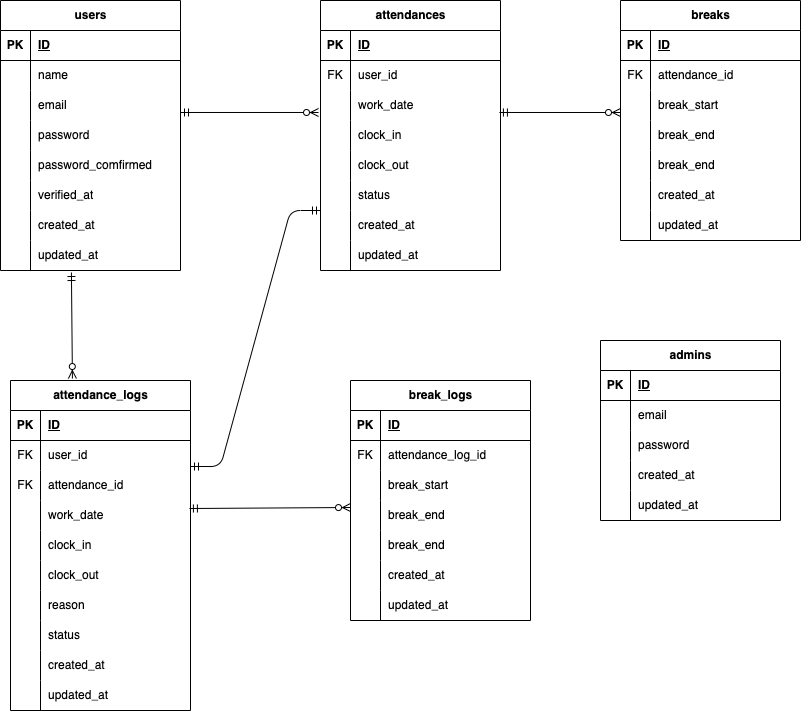
Before: attendance-management.drawio.png, a diagram exported from draw.io (O-Yukine/Mock-Project-Attendance-Management). Source tidied: cells renumbered, new cells last; positions are measured from the earlier drawing's top-left corner, leaving out a move shared by most shapes.
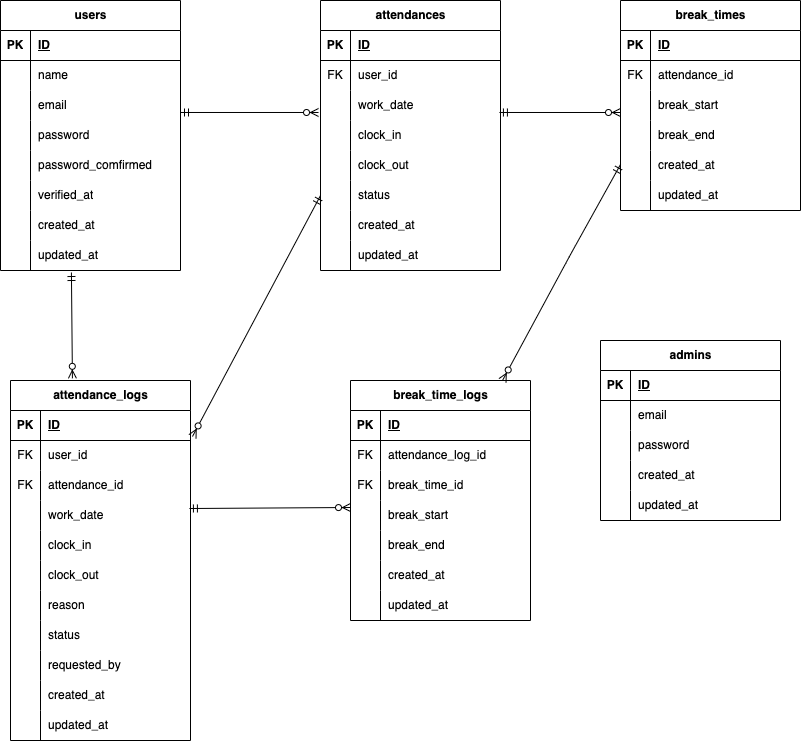
The same diagram one commit later.

What changed in the source:
```diff
@@ -201,7 +201,7 @@
       <mxGeometry x="30" width="150" height="30" as="geometry" />
     </mxCell>
     <mxCell id="68" value="attendance_logs" style="shape=table;startSize=30;rowLines=0;fontStyle=1;align=center;html=1;" parent="1" vertex="1">
-      <mxGeometry x="10" y="380" width="180" height="330" as="geometry" />
+      <mxGeometry x="10" y="380" width="180" height="360" as="geometry" />
     </mxCell>
     <mxCell id="69" style="shape=tableRow;horizontal=0;startSize=0;swimlaneHead=0;swimlaneBody=0;fillColor=none;top=0;left=0;right=0;bottom=1;" parent="68" vertex="1">
       <mxGeometry y="30" width="180" height="30" as="geometry" />
@@ -275,8 +275,17 @@
     <mxCell id="92" value="status" style="shape=partialRectangle;fillColor=none;top=0;left=0;bottom=0;right=0;align=left;spacingLeft=6;overflow=hidden;whiteSpace=wrap;html=1;" parent="90" vertex="1">
       <mxGeometry x="30" width="150" height="30" as="geometry" />
     </mxCell>
+    <mxCell id="148" style="shape=tableRow;horizontal=0;startSize=0;swimlaneHead=0;swimlaneBody=0;fillColor=none;top=0;left=0;right=0;bottom=0;" parent="68" vertex="1">
+      <mxGeometry y="270" width="180" height="30" as="geometry" />
+    </mxCell>
+    <mxCell id="113" style="shape=partialRectangle;fillColor=none;top=0;left=0;bottom=0;right=0;overflow=hidden;whiteSpace=wrap;html=1;" parent="148" vertex="1">
+      <mxGeometry width="30" height="30" as="geometry" />
+    </mxCell>
+    <mxCell id="149" value="requested_by" style="shape=partialRectangle;fillColor=none;top=0;left=0;bottom=0;right=0;align=left;spacingLeft=6;overflow=hidden;whiteSpace=wrap;html=1;" parent="148" vertex="1">
+      <mxGeometry x="30" width="150" height="30" as="geometry" />
+    </mxCell>
     <mxCell id="93" style="shape=tableRow;horizontal=0;startSize=0;swimlaneHead=0;swimlaneBody=0;fillColor=none;top=0;left=0;right=0;bottom=0;" parent="68" vertex="1">
-      <mxGeometry y="270" width="180" height="30" as="geometry" />
+      <mxGeometry y="300" width="180" height="30" as="geometry" />
     </mxCell>
     <mxCell id="94" style="shape=partialRectangle;fillColor=none;top=0;left=0;bottom=0;right=0;overflow=hidden;whiteSpace=wrap;html=1;" parent="93" vertex="1">
       <mxGeometry width="30" height="30" as="geometry" />
@@ -285,7 +294,7 @@
       <mxGeometry x="30" width="150" height="30" as="geometry" />
     </mxCell>
     <mxCell id="96" style="shape=tableRow;horizontal=0;startSize=0;swimlaneHead=0;swimlaneBody=0;fillColor=none;top=0;left=0;right=0;bottom=0;" parent="68" vertex="1">
-      <mxGeometry y="300" width="180" height="30" as="geometry" />
+      <mxGeometry y="330" width="180" height="30" as="geometry" />
     </mxCell>
     <mxCell id="97" style="shape=partialRectangle;fillColor=none;top=0;left=0;bottom=0;right=0;overflow=hidden;whiteSpace=wrap;html=1;" parent="96" vertex="1">
       <mxGeometry width="30" height="30" as="geometry" />
@@ -293,8 +302,8 @@
     <mxCell id="98" value="updated_at" style="shape=partialRectangle;fillColor=none;top=0;left=0;bottom=0;right=0;align=left;spacingLeft=6;overflow=hidden;whiteSpace=wrap;html=1;" parent="96" vertex="1">
       <mxGeometry x="30" width="150" height="30" as="geometry" />
     </mxCell>
-    <mxCell id="99" value="breaks" style="shape=table;startSize=30;rowLines=0;fontStyle=1;align=center;html=1;" parent="1" vertex="1">
-      <mxGeometry x="620" width="180" height="240" as="geometry" />
+    <mxCell id="99" value="break_times" style="shape=table;startSize=30;rowLines=0;fontStyle=1;align=center;html=1;" parent="1" vertex="1">
+      <mxGeometry x="620" width="180" height="210" as="geometry" />
     </mxCell>
     <mxCell id="100" style="shape=tableRow;horizontal=0;startSize=0;swimlaneHead=0;swimlaneBody=0;fillColor=none;top=0;left=0;right=0;bottom=1;" parent="99" vertex="1">
       <mxGeometry y="30" width="180" height="30" as="geometry" />
@@ -332,17 +341,8 @@
     <mxCell id="111" value="break_end" style="shape=partialRectangle;fillColor=none;top=0;left=0;bottom=0;right=0;align=left;spacingLeft=6;overflow=hidden;whiteSpace=wrap;html=1;" parent="109" vertex="1">
       <mxGeometry x="30" width="150" height="30" as="geometry" />
     </mxCell>
-    <mxCell id="112" style="shape=tableRow;horizontal=0;startSize=0;swimlaneHead=0;swimlaneBody=0;fillColor=none;top=0;left=0;right=0;bottom=0;" parent="99" vertex="1">
-      <mxGeometry y="150" width="180" height="30" as="geometry" />
-    </mxCell>
-    <mxCell id="113" style="shape=partialRectangle;fillColor=none;top=0;left=0;bottom=0;right=0;overflow=hidden;whiteSpace=wrap;html=1;" parent="112" vertex="1">
-      <mxGeometry width="30" height="30" as="geometry" />
-    </mxCell>
-    <mxCell id="114" value="break_end" style="shape=partialRectangle;fillColor=none;top=0;left=0;bottom=0;right=0;align=left;spacingLeft=6;overflow=hidden;whiteSpace=wrap;html=1;" parent="112" vertex="1">
-      <mxGeometry x="30" width="150" height="30" as="geometry" />
-    </mxCell>
     <mxCell id="115" style="shape=tableRow;horizontal=0;startSize=0;swimlaneHead=0;swimlaneBody=0;fillColor=none;top=0;left=0;right=0;bottom=0;" parent="99" vertex="1">
-      <mxGeometry y="180" width="180" height="30" as="geometry" />
+      <mxGeometry y="150" width="180" height="30" as="geometry" />
     </mxCell>
     <mxCell id="116" style="shape=partialRectangle;fillColor=none;top=0;left=0;bottom=0;right=0;overflow=hidden;whiteSpace=wrap;html=1;" parent="115" vertex="1">
       <mxGeometry width="30" height="30" as="geometry" />
@@ -351,7 +351,7 @@
       <mxGeometry x="30" width="150" height="30" as="geometry" />
     </mxCell>
     <mxCell id="118" style="shape=tableRow;horizontal=0;startSize=0;swimlaneHead=0;swimlaneBody=0;fillColor=none;top=0;left=0;right=0;bottom=0;" parent="99" vertex="1">
-      <mxGeometry y="210" width="180" height="30" as="geometry" />
+      <mxGeometry y="180" width="180" height="30" as="geometry" />
     </mxCell>
     <mxCell id="119" style="shape=partialRectangle;fillColor=none;top=0;left=0;bottom=0;right=0;overflow=hidden;whiteSpace=wrap;html=1;" parent="118" vertex="1">
       <mxGeometry width="30" height="30" as="geometry" />
@@ -359,7 +359,7 @@
     <mxCell id="120" value="updated_at" style="shape=partialRectangle;fillColor=none;top=0;left=0;bottom=0;right=0;align=left;spacingLeft=6;overflow=hidden;whiteSpace=wrap;html=1;" parent="118" vertex="1">
       <mxGeometry x="30" width="150" height="30" as="geometry" />
     </mxCell>
-    <mxCell id="121" value="break_logs" style="shape=table;startSize=30;rowLines=0;fontStyle=1;align=center;html=1;" parent="1" vertex="1">
+    <mxCell id="121" value="break_time_logs" style="shape=table;startSize=30;rowLines=0;fontStyle=1;align=center;html=1;" parent="1" vertex="1">
       <mxGeometry x="350" y="380" width="180" height="240" as="geometry" />
     </mxCell>
     <mxCell id="122" style="shape=tableRow;horizontal=0;startSize=0;swimlaneHead=0;swimlaneBody=0;fillColor=none;top=0;left=0;right=0;bottom=1;" parent="121" vertex="1">
@@ -383,10 +383,10 @@
     <mxCell id="128" style="shape=tableRow;horizontal=0;startSize=0;swimlaneHead=0;swimlaneBody=0;fillColor=none;top=0;left=0;right=0;bottom=0;" parent="121" vertex="1">
       <mxGeometry y="90" width="180" height="30" as="geometry" />
     </mxCell>
-    <mxCell id="129" style="shape=partialRectangle;fillColor=none;top=0;left=0;bottom=0;right=0;overflow=hidden;whiteSpace=wrap;html=1;" parent="128" vertex="1">
+    <mxCell id="129" value="FK" style="shape=partialRectangle;fillColor=none;top=0;left=0;bottom=0;right=0;overflow=hidden;whiteSpace=wrap;html=1;" parent="128" vertex="1">
       <mxGeometry width="30" height="30" as="geometry" />
     </mxCell>
-    <mxCell id="130" value="break_start" style="shape=partialRectangle;fillColor=none;top=0;left=0;bottom=0;right=0;align=left;spacingLeft=6;overflow=hidden;whiteSpace=wrap;html=1;" parent="128" vertex="1">
+    <mxCell id="130" style="shape=partialRectangle;fillColor=none;top=0;left=0;bottom=0;right=0;align=left;spacingLeft=6;overflow=hidden;whiteSpace=wrap;html=1;" parent="128" vertex="1">
       <mxGeometry x="30" width="150" height="30" as="geometry" />
     </mxCell>
     <mxCell id="131" style="shape=tableRow;horizontal=0;startSize=0;swimlaneHead=0;swimlaneBody=0;fillColor=none;top=0;left=0;right=0;bottom=0;" parent="121" vertex="1">
@@ -395,7 +395,7 @@
     <mxCell id="132" style="shape=partialRectangle;fillColor=none;top=0;left=0;bottom=0;right=0;overflow=hidden;whiteSpace=wrap;html=1;" parent="131" vertex="1">
       <mxGeometry width="30" height="30" as="geometry" />
     </mxCell>
-    <mxCell id="133" value="break_end" style="shape=partialRectangle;fillColor=none;top=0;left=0;bottom=0;right=0;align=left;spacingLeft=6;overflow=hidden;whiteSpace=wrap;html=1;" parent="131" vertex="1">
+    <mxCell id="133" value="break_start" style="shape=partialRectangle;fillColor=none;top=0;left=0;bottom=0;right=0;align=left;spacingLeft=6;overflow=hidden;whiteSpace=wrap;html=1;" parent="131" vertex="1">
       <mxGeometry x="30" width="150" height="30" as="geometry" />
     </mxCell>
     <mxCell id="134" style="shape=tableRow;horizontal=0;startSize=0;swimlaneHead=0;swimlaneBody=0;fillColor=none;top=0;left=0;right=0;bottom=0;" parent="121" vertex="1">
@@ -438,16 +438,23 @@
         <mxPoint x="350" y="507" as="targetPoint" />
       </mxGeometry>
     </mxCell>
-    <mxCell id="146" style="edgeStyle=entityRelationEdgeStyle;fontSize=12;html=1;endArrow=ERmandOne;startArrow=ERmandOne;entryX=0;entryY=0;entryDx=0;entryDy=0;entryPerimeter=0;" parent="1" edge="1" target="62">
-      <mxGeometry relative="1" as="geometry">
-        <mxPoint x="190" y="466" as="sourcePoint" />
-        <Array as="points">
-          <mxPoint x="230" y="250" />
-        </Array>
-      </mxGeometry>
-    </mxCell>
     <mxCell id="147" style="fontSize=12;html=1;endArrow=ERzeroToMany;startArrow=ERmandOne;exitX=0.394;exitY=1.067;exitDx=0;exitDy=0;exitPerimeter=0;entryX=0.344;entryY=-0.006;entryDx=0;entryDy=0;entryPerimeter=0;" parent="1" edge="1" source="24" target="68">
       <mxGeometry relative="1" as="geometry" />
     </mxCell>
+    <mxCell id="150" value="break_time_id" style="shape=partialRectangle;fillColor=none;top=0;left=0;bottom=0;right=0;align=left;spacingLeft=6;overflow=hidden;whiteSpace=wrap;html=1;" parent="1" vertex="1">
+      <mxGeometry x="380" y="470" width="150" height="30" as="geometry" />
+    </mxCell>
+    <mxCell id="151" style="fontSize=12;html=1;endArrow=ERzeroToMany;startArrow=ERmandOne;entryX=1.011;entryY=-0.133;entryDx=0;entryDy=0;entryPerimeter=0;exitX=0;exitY=0.5;exitDx=0;exitDy=0;" parent="1" edge="1" source="59" target="72">
+      <mxGeometry relative="1" as="geometry" />
+    </mxCell>
+    <mxCell id="152" style="fontSize=12;html=1;endArrow=ERzeroToMany;startArrow=ERmandOne;entryX=1.011;entryY=-0.133;entryDx=0;entryDy=0;entryPerimeter=0;" parent="1" edge="1">
+      <mxGeometry relative="1" as="geometry">
+        <mxPoint x="620" y="164" as="sourcePoint" />
+        <mxPoint x="502" y="380" as="targetPoint" />
+        <Array as="points">
+          <mxPoint x="570" y="254" />
+        </Array>
+      </mxGeometry>
+    </mxCell>
   </root>
 </mxGraphModel>
```
